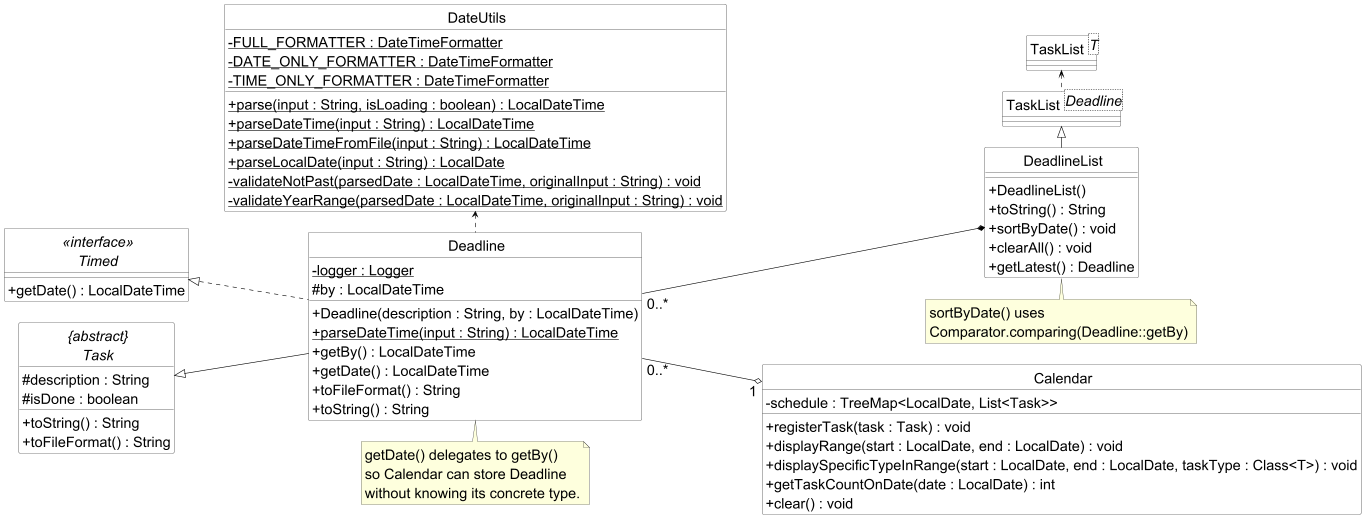
Earlier version of the PlantUML export docs/pictures/deadlineClassDiagram.png (AY2526S2-CS2113-T14-3/tp).
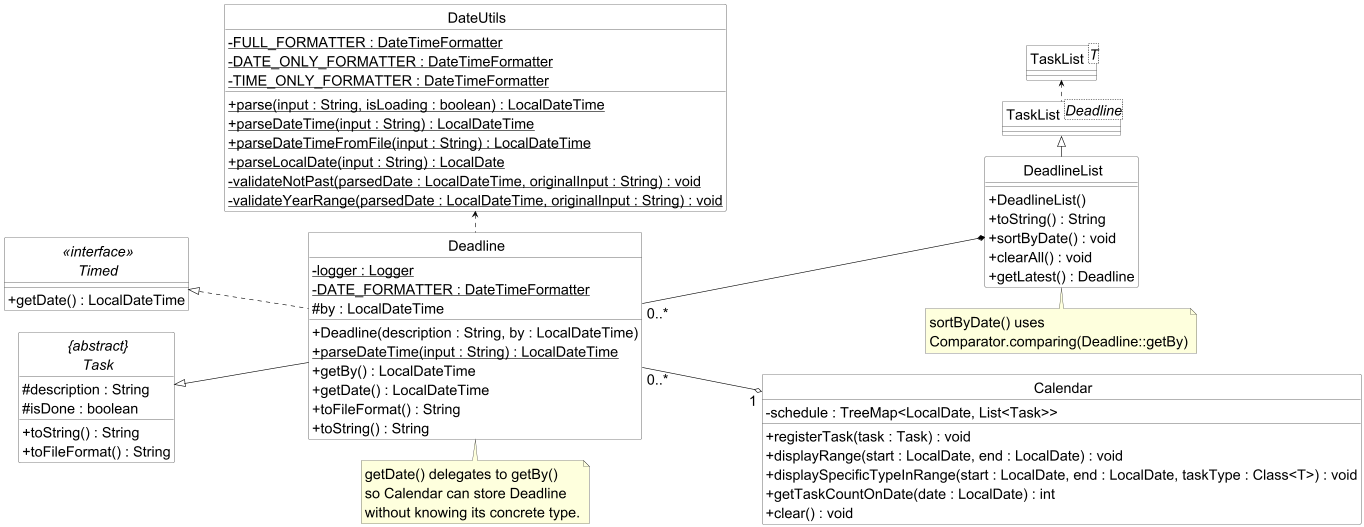
The same file after the commit.

Commit message:
Minor updates to Deadline class diagram and TaskValidator sequence diagram due to code change

What changed in the source:
```diff
@@ -26,6 +26,7 @@
 
 class Deadline {
     - logger : Logger {static}
+    - DATE_FORMATTER : DateTimeFormatter {static}
     # by : LocalDateTime
     + Deadline(description : String, by : LocalDateTime)
     + parseDateTime(input : String) : LocalDateTime {static}
```
